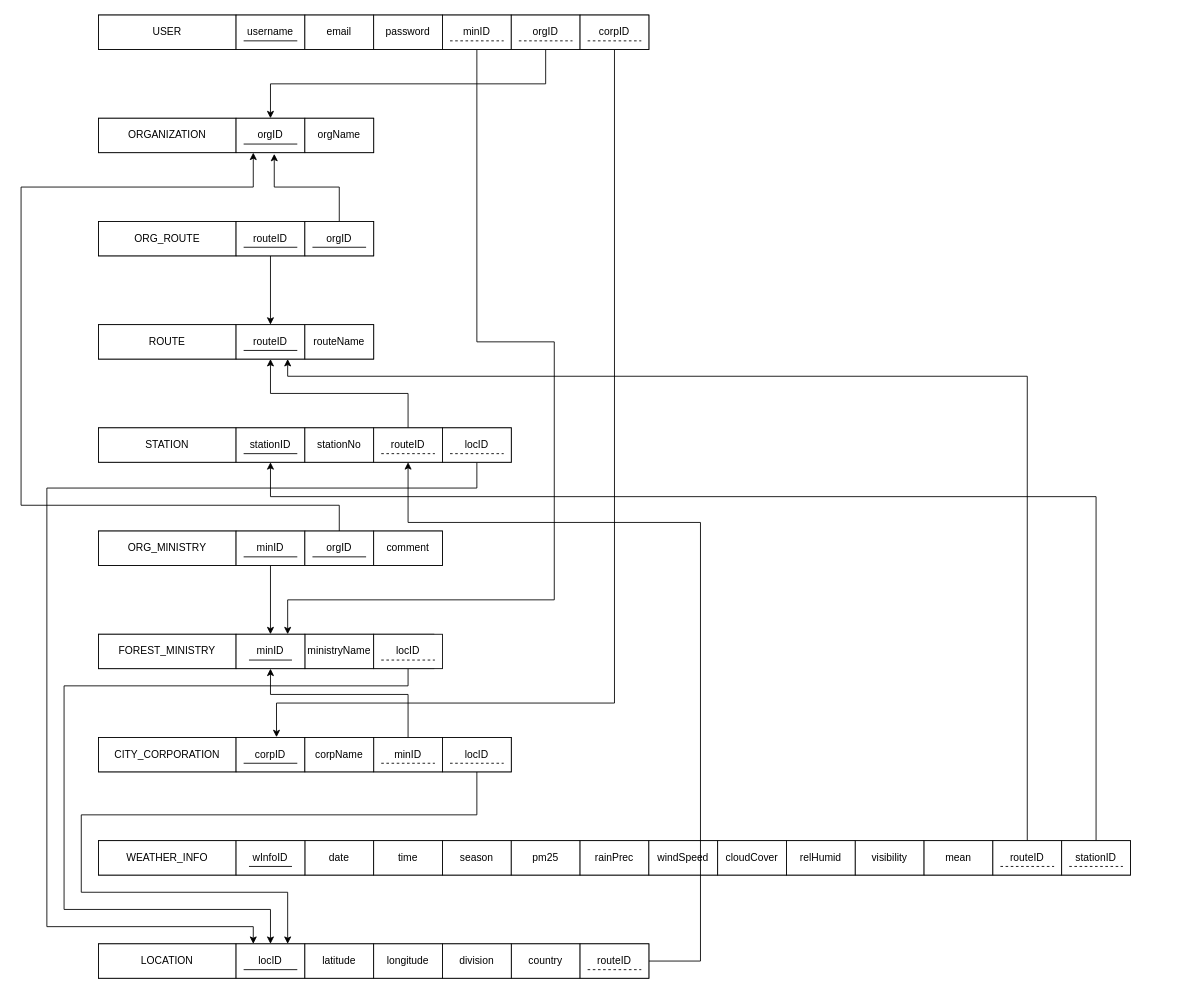
Earlier version of the draw.io diagram z-design/RELATIONAL_SCHEMA.drawio (zorojuro75/CSE303-sec-03-Group-03). Source tidied: cells renumbered, new cells numbered last; positions are measured from the earlier drawing's top-left corner, leaving out a move shared by most shapes. Both pictures are drawn from the tidied source at 86%, with x=0, y=0 at pixel (21, 15).
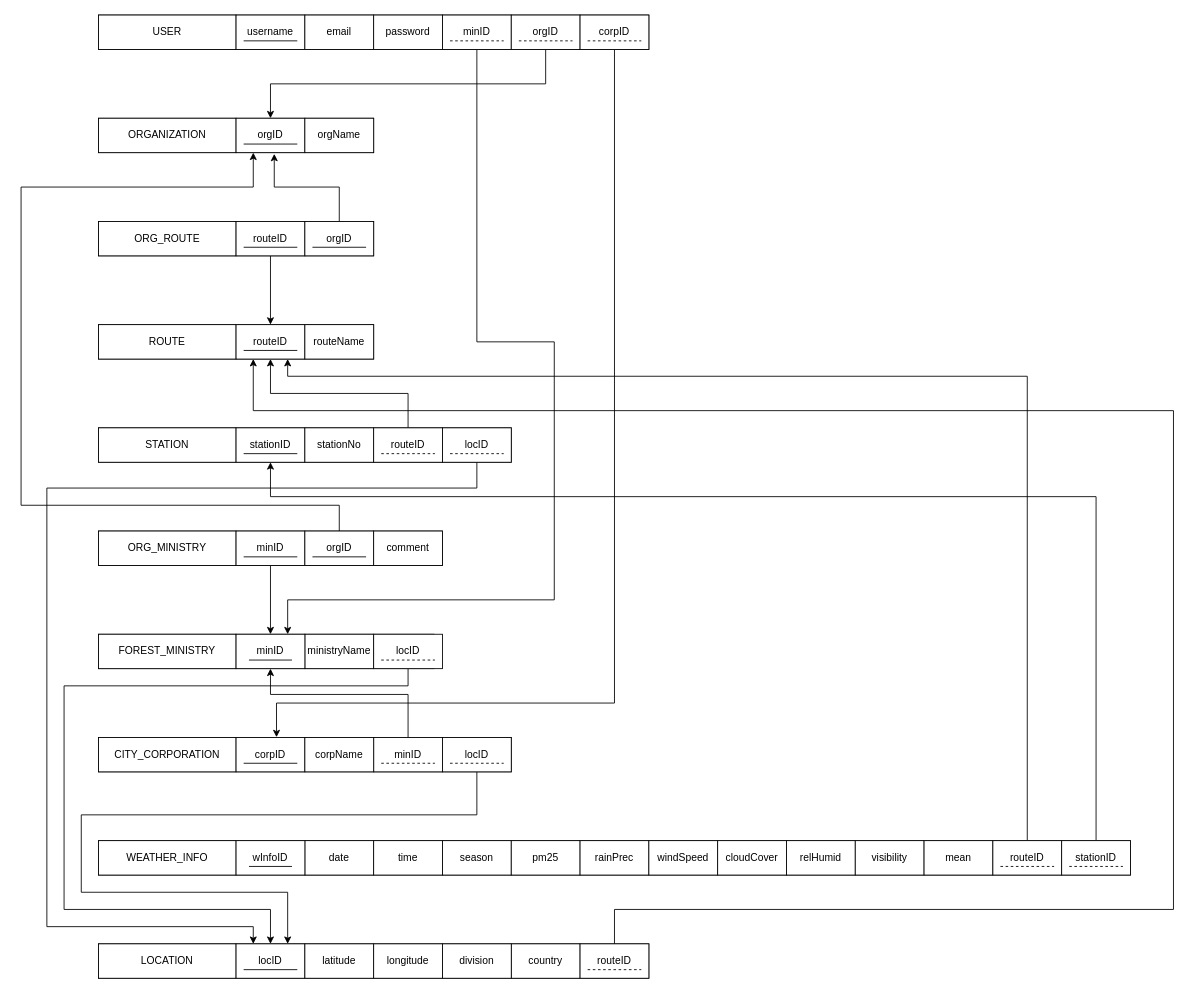
The same page after the edit.

The change refers to these unchanged cells:
```xml
<mxCell id="13" value="routeID" style="rounded=0;whiteSpace=wrap;html=1;" parent="1" vertex="1">
  <mxGeometry x="250" y="360" width="80" height="40" as="geometry" />
</mxCell>
<mxCell id="86" value="routeID" style="rounded=0;whiteSpace=wrap;html=1;" parent="1" vertex="1">
  <mxGeometry x="410" y="480" width="80" height="40" as="geometry" />
</mxCell>
<mxCell id="92" value="routeID" style="rounded=0;whiteSpace=wrap;html=1;" parent="1" vertex="1">
  <mxGeometry x="650" y="1080" width="80" height="40" as="geometry" />
</mxCell>
```

What changed in the source:
```diff
@@
-    <mxCell id="91" style="edgeStyle=orthogonalEdgeStyle;rounded=0;jettySize=auto;html=1;entryX=0.5;entryY=1;entryDx=0;entryDy=0;" parent="1" edge="1" source="92" target="86">
-      <mxGeometry relative="1" as="geometry">
-        <Array as="points">
-          <mxPoint x="790" y="1100" />
-          <mxPoint x="790" y="590" />
-          <mxPoint x="450" y="590" />
-        </Array>
-      </mxGeometry>
-    </mxCell>
+    <mxCell id="105" style="edgeStyle=orthogonalEdgeStyle;rounded=0;jettySize=auto;html=1;exitX=0.5;exitY=0;exitDx=0;exitDy=0;entryX=0.25;entryY=1;entryDx=0;entryDy=0;" parent="1" edge="1" source="92" target="13">
+      <mxGeometry relative="1" as="geometry">
+        <Array as="points">
+          <mxPoint x="690" y="1040" />
+          <mxPoint x="1340" y="1040" />
+          <mxPoint x="1340" y="460" />
+          <mxPoint x="270" y="460" />
+        </Array>
+      </mxGeometry>
+    </mxCell>
```
